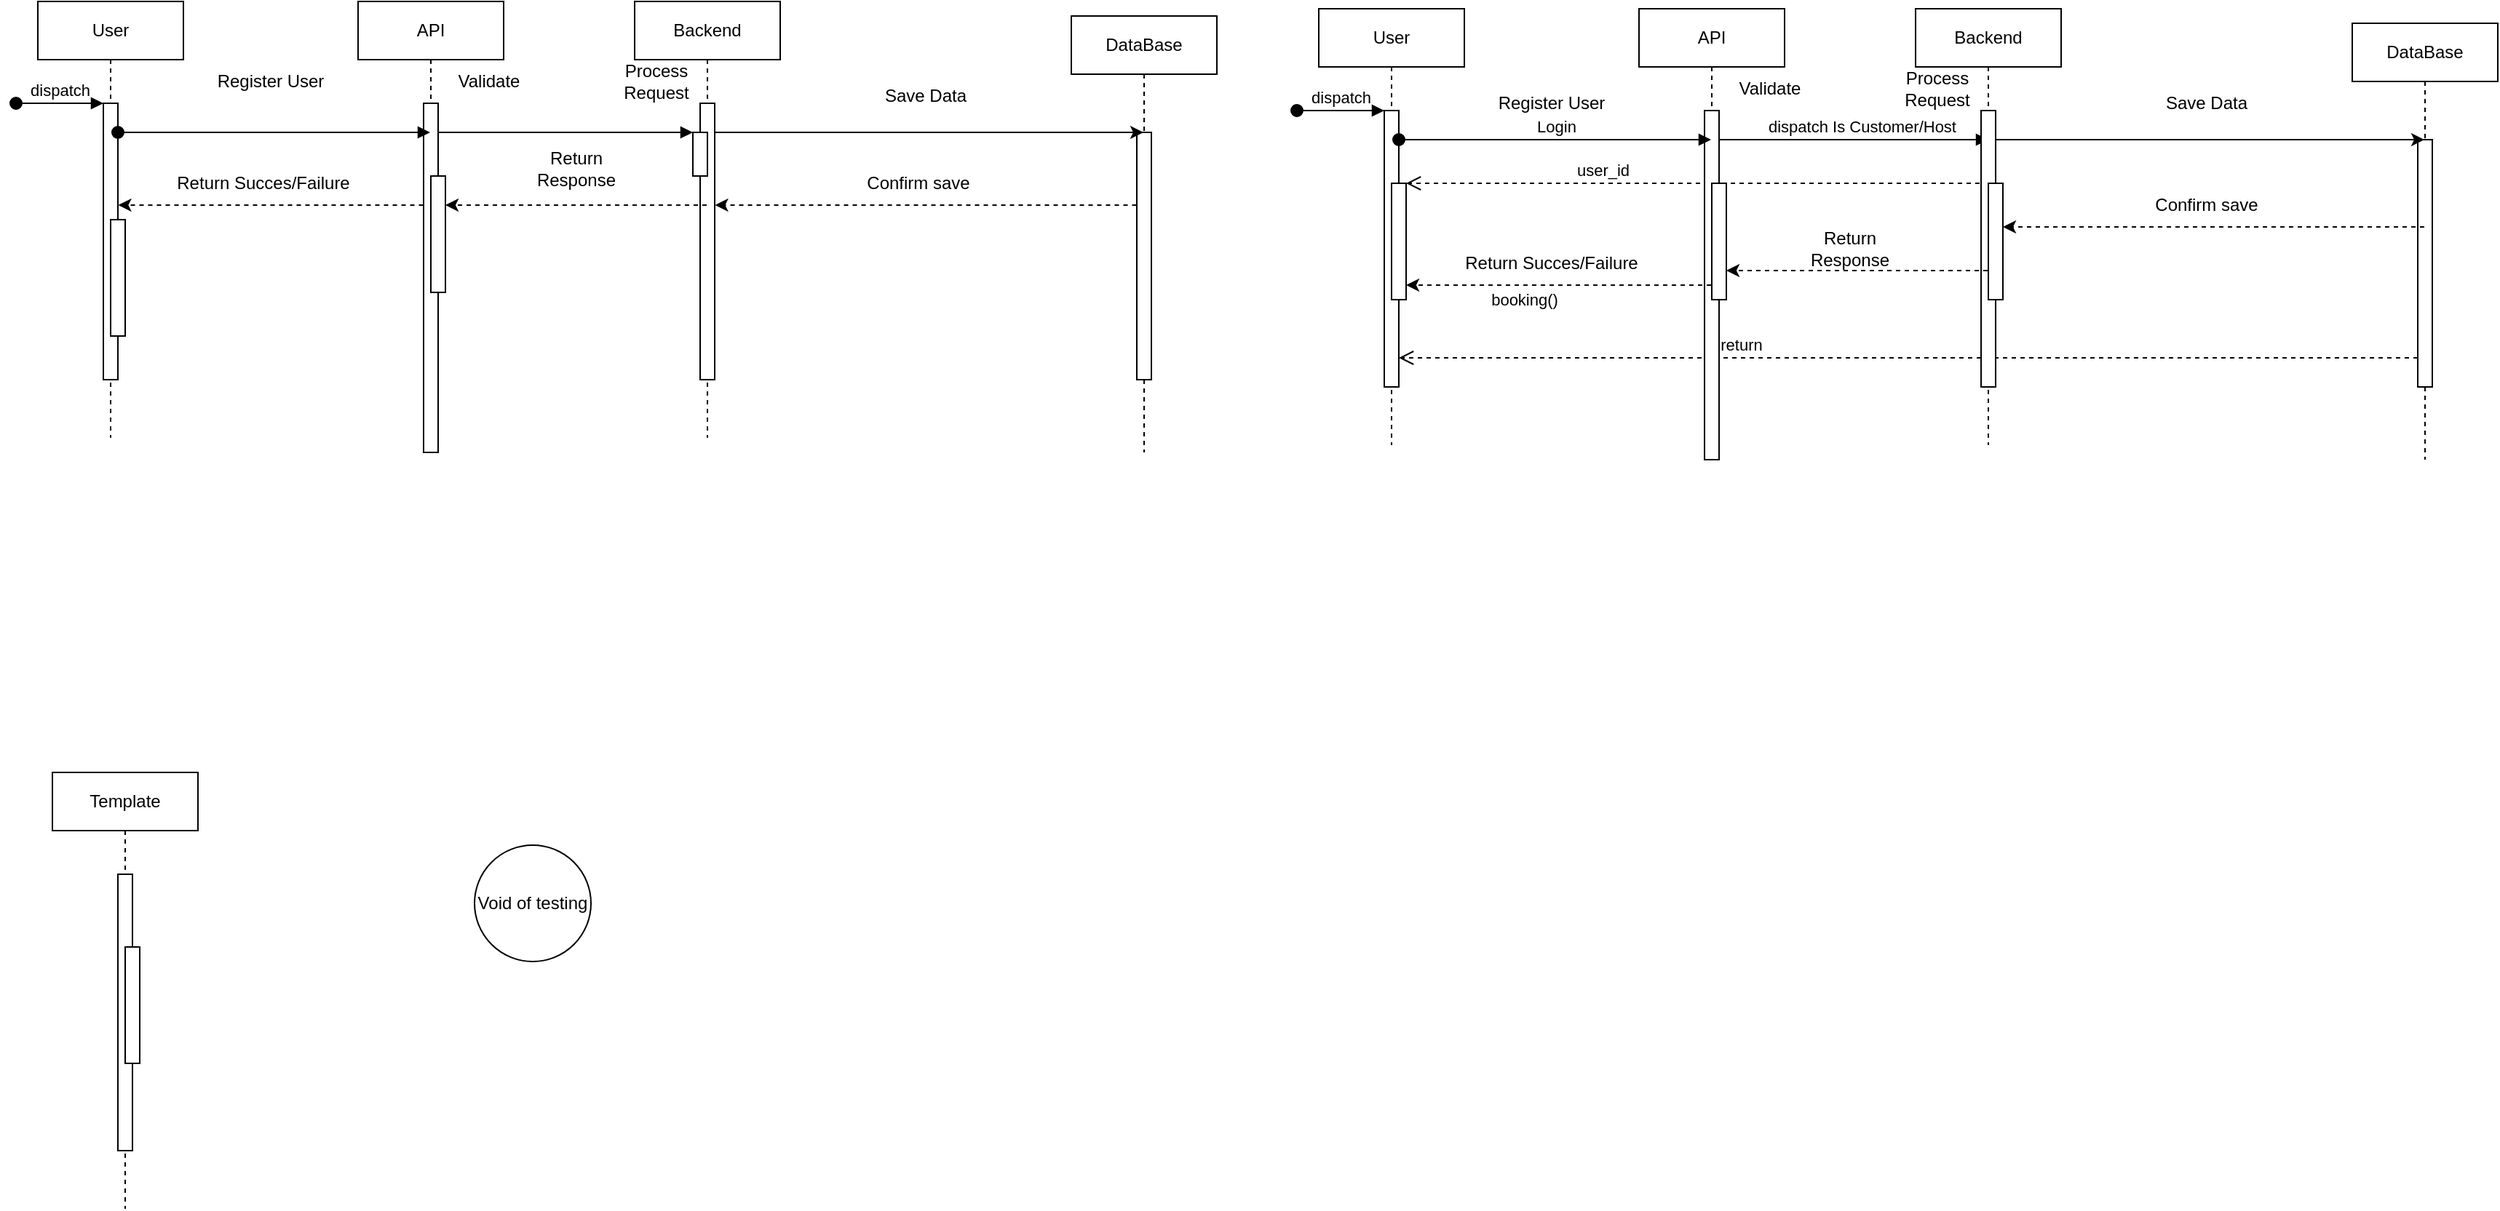
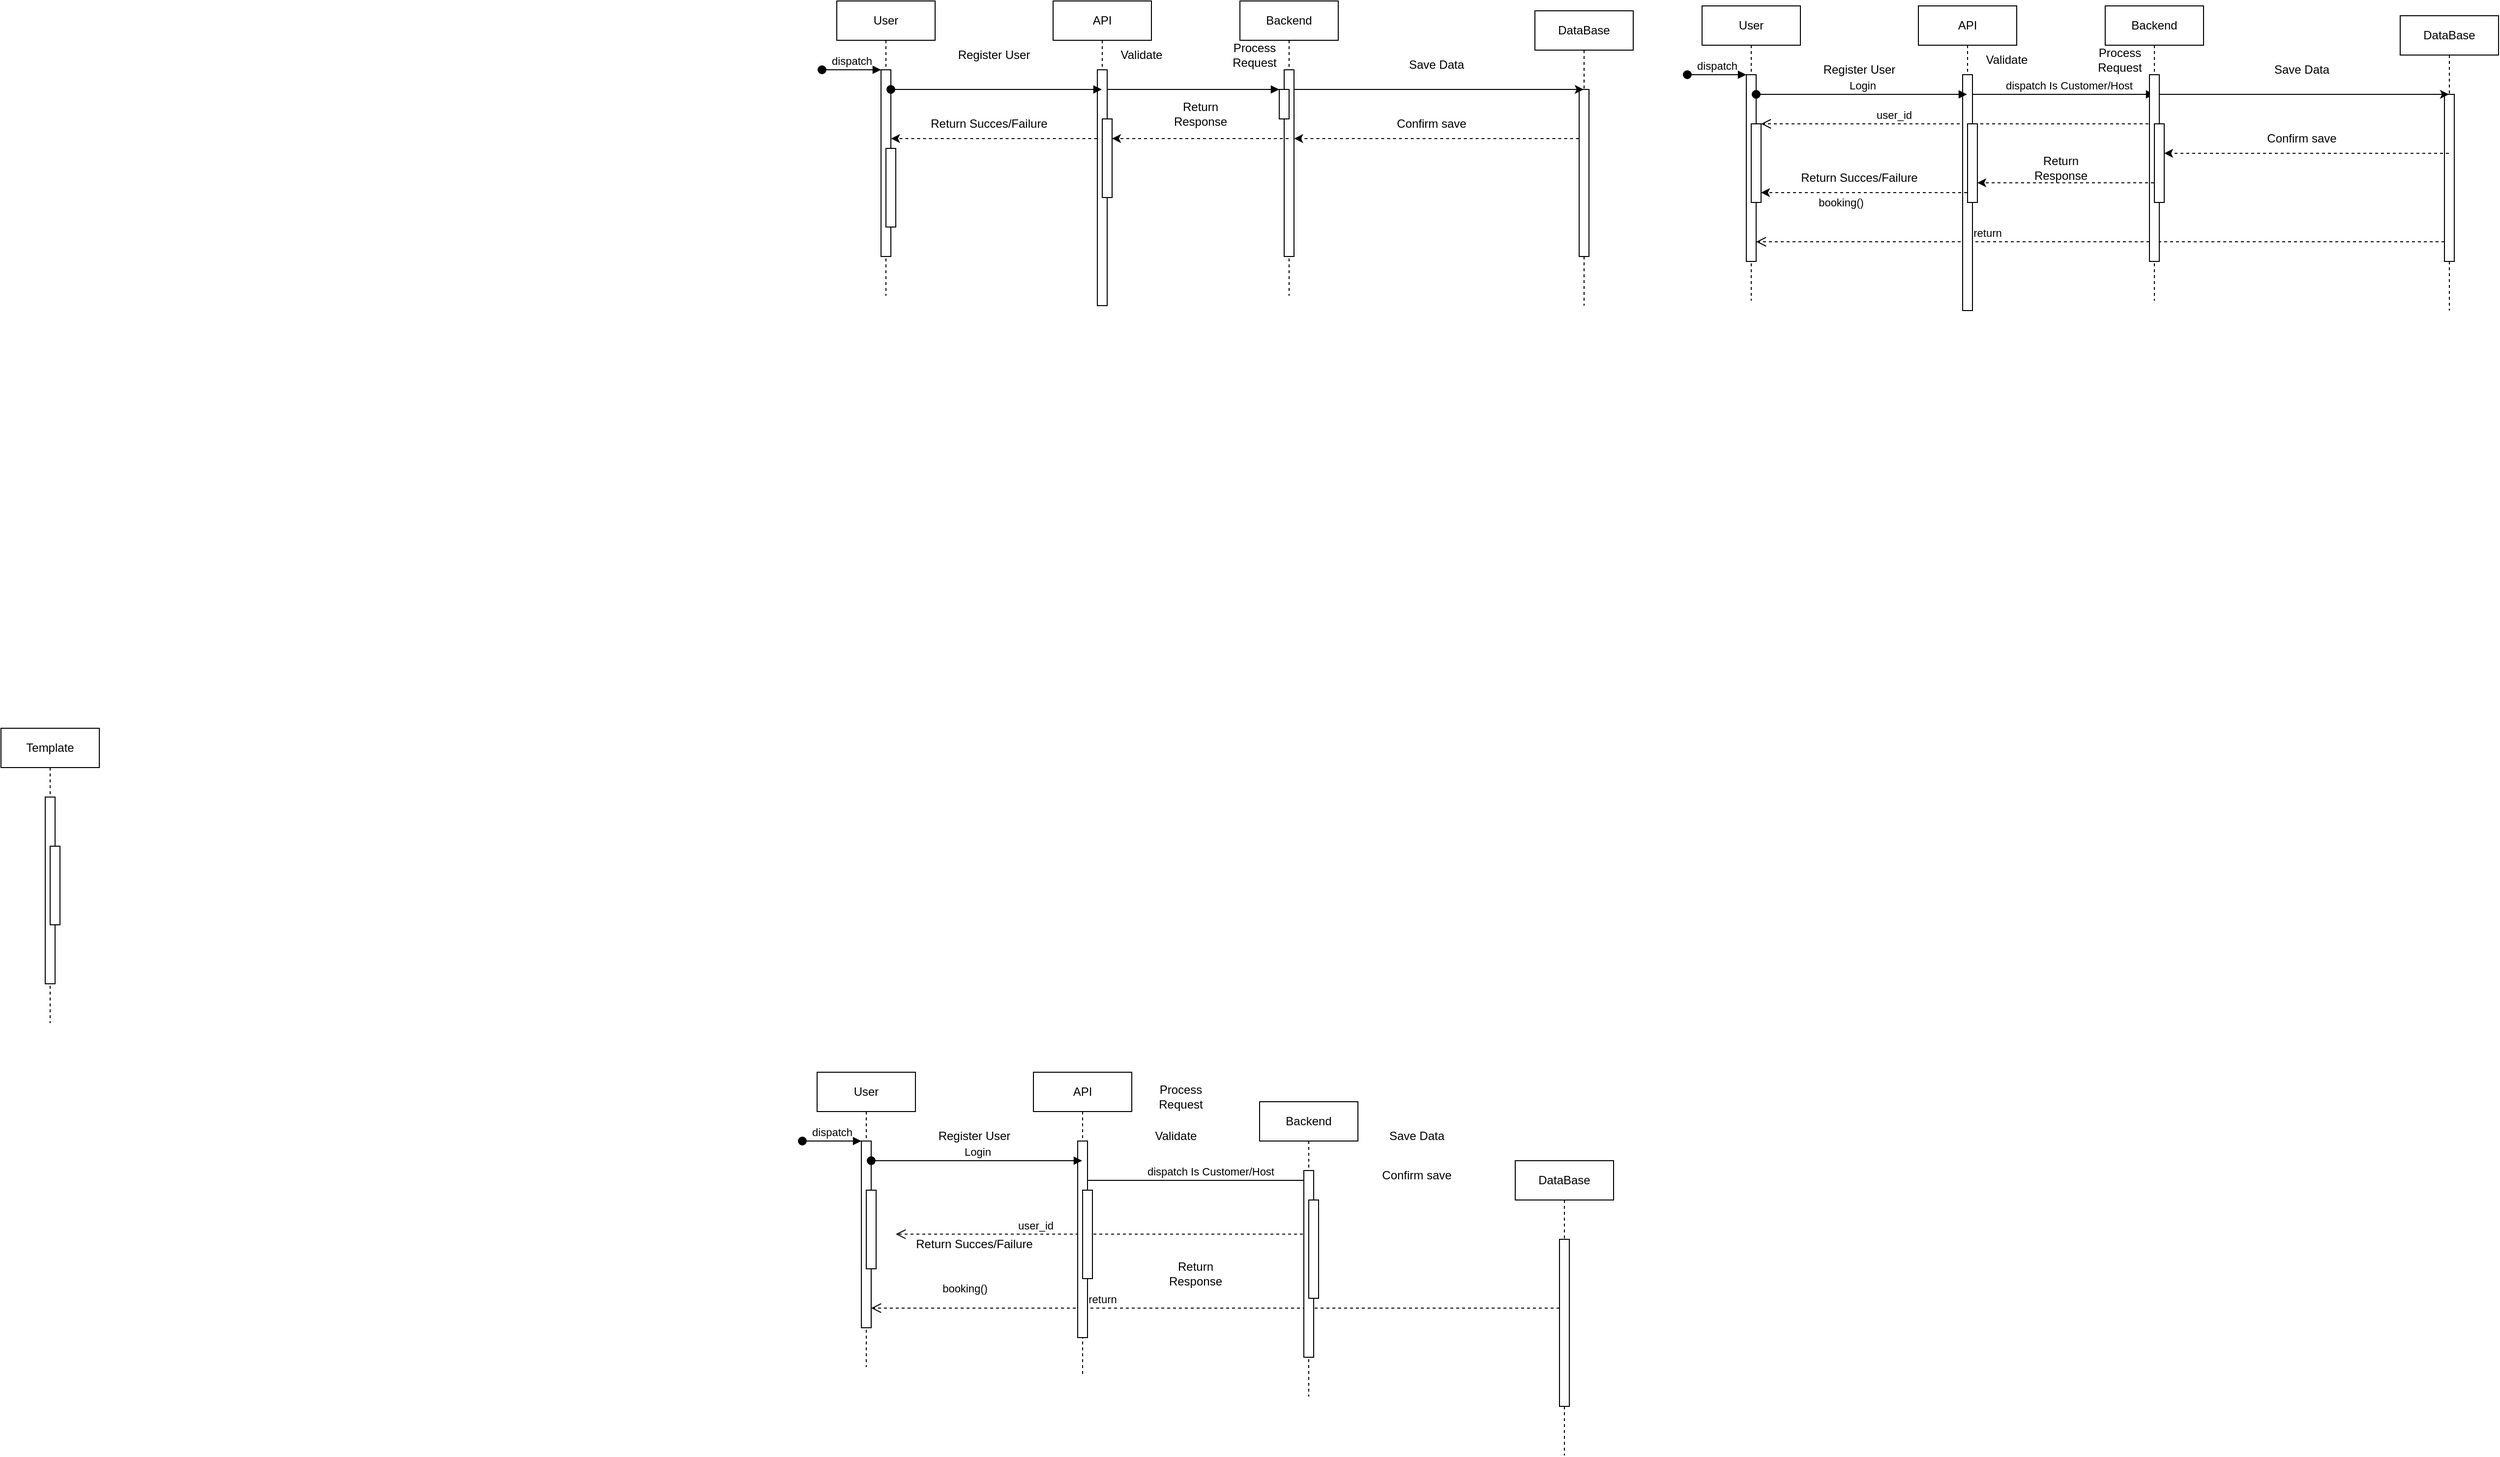
<mxfile host="app.diagrams.net" agent="5.0 (Macintosh; Intel Mac OS X 10_15_7) AppleWebKit/537.36 (KHTML, like Gecko) Chrome/109.0.0.0 Safari/537.36">
  <diagram name="Page-1" id="2YBvvXClWsGukQMizWep">
-     <mxGraphModel dx="1282" dy="1068" grid="1" gridSize="10" guides="1" tooltips="1" connect="1" arrows="1" fold="1" page="1" pageScale="1" pageWidth="850" pageHeight="1100" math="0" shadow="0">
+     <mxGraphModel dx="4958" dy="1500" grid="1" gridSize="10" guides="1" tooltips="1" connect="1" arrows="1" fold="1" page="1" pageScale="1" pageWidth="850" pageHeight="1100" math="0" shadow="0">
      <root>
        <mxCell id="0" />
        <mxCell id="1" parent="0" />
        <mxCell id="aM9ryv3xv72pqoxQDRHE-1" parent="1" style="shape=umlLifeline;perimeter=lifelinePerimeter;whiteSpace=wrap;html=1;container=0;dropTarget=0;collapsible=0;recursiveResize=0;outlineConnect=0;portConstraint=eastwest;newEdgeStyle={&quot;edgeStyle&quot;:&quot;elbowEdgeStyle&quot;,&quot;elbow&quot;:&quot;vertical&quot;,&quot;curved&quot;:0,&quot;rounded&quot;:0};" value="User" vertex="1">
          <mxGeometry height="300" width="100" x="30" y="40" as="geometry" />
        </mxCell>
        <mxCell id="aM9ryv3xv72pqoxQDRHE-2" parent="aM9ryv3xv72pqoxQDRHE-1" style="html=1;points=[];perimeter=orthogonalPerimeter;outlineConnect=0;targetShapes=umlLifeline;portConstraint=eastwest;newEdgeStyle={&quot;edgeStyle&quot;:&quot;elbowEdgeStyle&quot;,&quot;elbow&quot;:&quot;vertical&quot;,&quot;curved&quot;:0,&quot;rounded&quot;:0};" value="" vertex="1">
          <mxGeometry height="190" width="10" x="45" y="70" as="geometry" />
        </mxCell>
        <mxCell id="aM9ryv3xv72pqoxQDRHE-3" edge="1" parent="aM9ryv3xv72pqoxQDRHE-1" style="html=1;verticalAlign=bottom;startArrow=oval;endArrow=block;startSize=8;edgeStyle=elbowEdgeStyle;elbow=vertical;curved=0;rounded=0;" target="aM9ryv3xv72pqoxQDRHE-2" value="dispatch">
          <mxGeometry relative="1" as="geometry">
            <mxPoint x="-15" y="70" as="sourcePoint" />
          </mxGeometry>
        </mxCell>
        <mxCell id="aM9ryv3xv72pqoxQDRHE-4" parent="aM9ryv3xv72pqoxQDRHE-1" style="html=1;points=[];perimeter=orthogonalPerimeter;outlineConnect=0;targetShapes=umlLifeline;portConstraint=eastwest;newEdgeStyle={&quot;edgeStyle&quot;:&quot;elbowEdgeStyle&quot;,&quot;elbow&quot;:&quot;vertical&quot;,&quot;curved&quot;:0,&quot;rounded&quot;:0};" value="" vertex="1">
          <mxGeometry height="80" width="10" x="50" y="150" as="geometry" />
        </mxCell>
        <mxCell id="aM9ryv3xv72pqoxQDRHE-5" parent="1" style="shape=umlLifeline;perimeter=lifelinePerimeter;whiteSpace=wrap;html=1;container=0;dropTarget=0;collapsible=0;recursiveResize=0;outlineConnect=0;portConstraint=eastwest;newEdgeStyle={&quot;edgeStyle&quot;:&quot;elbowEdgeStyle&quot;,&quot;elbow&quot;:&quot;vertical&quot;,&quot;curved&quot;:0,&quot;rounded&quot;:0};" value="DataBase" vertex="1">
          <mxGeometry height="300" width="100" x="740" y="50" as="geometry" />
        </mxCell>
        <mxCell id="aM9ryv3xv72pqoxQDRHE-6" parent="aM9ryv3xv72pqoxQDRHE-5" style="html=1;points=[];perimeter=orthogonalPerimeter;outlineConnect=0;targetShapes=umlLifeline;portConstraint=eastwest;newEdgeStyle={&quot;edgeStyle&quot;:&quot;elbowEdgeStyle&quot;,&quot;elbow&quot;:&quot;vertical&quot;,&quot;curved&quot;:0,&quot;rounded&quot;:0};" value="" vertex="1">
          <mxGeometry height="170" width="10" x="45" y="80" as="geometry" />
        </mxCell>
        <mxCell id="aM9ryv3xv72pqoxQDRHE-7" edge="1" parent="1" source="7Z1T8ZwHcXeBXznP6D7j-6" style="html=1;verticalAlign=bottom;endArrow=block;edgeStyle=elbowEdgeStyle;elbow=vertical;curved=0;rounded=0;" target="7Z1T8ZwHcXeBXznP6D7j-11" value="">
          <mxGeometry relative="1" x="0.0616" as="geometry">
            <mxPoint as="offset" />
            <Array as="points">
              <mxPoint x="440" y="130" />
            </Array>
            <mxPoint x="195" y="130" as="sourcePoint" />
            <mxPoint x="480" y="130" as="targetPoint" />
          </mxGeometry>
        </mxCell>
        <mxCell id="7Z1T8ZwHcXeBXznP6D7j-5" parent="1" style="shape=umlLifeline;perimeter=lifelinePerimeter;whiteSpace=wrap;html=1;container=0;dropTarget=0;collapsible=0;recursiveResize=0;outlineConnect=0;portConstraint=eastwest;newEdgeStyle={&quot;edgeStyle&quot;:&quot;elbowEdgeStyle&quot;,&quot;elbow&quot;:&quot;vertical&quot;,&quot;curved&quot;:0,&quot;rounded&quot;:0};" value="API" vertex="1">
          <mxGeometry height="300" width="100" x="250" y="40" as="geometry" />
        </mxCell>
        <mxCell id="7Z1T8ZwHcXeBXznP6D7j-6" parent="7Z1T8ZwHcXeBXznP6D7j-5" style="html=1;points=[];perimeter=orthogonalPerimeter;outlineConnect=0;targetShapes=umlLifeline;portConstraint=eastwest;newEdgeStyle={&quot;edgeStyle&quot;:&quot;elbowEdgeStyle&quot;,&quot;elbow&quot;:&quot;vertical&quot;,&quot;curved&quot;:0,&quot;rounded&quot;:0};" value="" vertex="1">
          <mxGeometry height="240" width="10" x="45" y="70" as="geometry" />
        </mxCell>
        <mxCell id="7Z1T8ZwHcXeBXznP6D7j-8" parent="7Z1T8ZwHcXeBXznP6D7j-5" style="html=1;points=[];perimeter=orthogonalPerimeter;outlineConnect=0;targetShapes=umlLifeline;portConstraint=eastwest;newEdgeStyle={&quot;edgeStyle&quot;:&quot;elbowEdgeStyle&quot;,&quot;elbow&quot;:&quot;vertical&quot;,&quot;curved&quot;:0,&quot;rounded&quot;:0};" value="" vertex="1">
          <mxGeometry height="80" width="10" x="50" y="120" as="geometry" />
        </mxCell>
        <mxCell id="7Z1T8ZwHcXeBXznP6D7j-9" parent="1" style="shape=umlLifeline;perimeter=lifelinePerimeter;whiteSpace=wrap;html=1;container=0;dropTarget=0;collapsible=0;recursiveResize=0;outlineConnect=0;portConstraint=eastwest;newEdgeStyle={&quot;edgeStyle&quot;:&quot;elbowEdgeStyle&quot;,&quot;elbow&quot;:&quot;vertical&quot;,&quot;curved&quot;:0,&quot;rounded&quot;:0};" value="&lt;div&gt;Backend&lt;/div&gt;" vertex="1">
          <mxGeometry height="300" width="100" x="440" y="40" as="geometry" />
        </mxCell>
        <mxCell id="7Z1T8ZwHcXeBXznP6D7j-10" parent="7Z1T8ZwHcXeBXznP6D7j-9" style="html=1;points=[];perimeter=orthogonalPerimeter;outlineConnect=0;targetShapes=umlLifeline;portConstraint=eastwest;newEdgeStyle={&quot;edgeStyle&quot;:&quot;elbowEdgeStyle&quot;,&quot;elbow&quot;:&quot;vertical&quot;,&quot;curved&quot;:0,&quot;rounded&quot;:0};" value="" vertex="1">
          <mxGeometry height="190" width="10" x="45" y="70" as="geometry" />
        </mxCell>
        <mxCell id="7Z1T8ZwHcXeBXznP6D7j-11" parent="7Z1T8ZwHcXeBXznP6D7j-9" style="html=1;points=[];perimeter=orthogonalPerimeter;outlineConnect=0;targetShapes=umlLifeline;portConstraint=eastwest;newEdgeStyle={&quot;edgeStyle&quot;:&quot;elbowEdgeStyle&quot;,&quot;elbow&quot;:&quot;vertical&quot;,&quot;curved&quot;:0,&quot;rounded&quot;:0};" value="" vertex="1">
          <mxGeometry height="30" width="10" x="40" y="90" as="geometry" />
        </mxCell>
        <mxCell id="7Z1T8ZwHcXeBXznP6D7j-12" parent="1" style="shape=umlLifeline;perimeter=lifelinePerimeter;whiteSpace=wrap;html=1;container=0;dropTarget=0;collapsible=0;recursiveResize=0;outlineConnect=0;portConstraint=eastwest;newEdgeStyle={&quot;edgeStyle&quot;:&quot;elbowEdgeStyle&quot;,&quot;elbow&quot;:&quot;vertical&quot;,&quot;curved&quot;:0,&quot;rounded&quot;:0};" value="Template" vertex="1">
-           <mxGeometry height="300" width="100" x="40" y="570" as="geometry" />
+           <mxGeometry height="300" width="100" x="-820" y="780" as="geometry" />
        </mxCell>
        <mxCell id="7Z1T8ZwHcXeBXznP6D7j-13" parent="7Z1T8ZwHcXeBXznP6D7j-12" style="html=1;points=[];perimeter=orthogonalPerimeter;outlineConnect=0;targetShapes=umlLifeline;portConstraint=eastwest;newEdgeStyle={&quot;edgeStyle&quot;:&quot;elbowEdgeStyle&quot;,&quot;elbow&quot;:&quot;vertical&quot;,&quot;curved&quot;:0,&quot;rounded&quot;:0};" value="" vertex="1">
          <mxGeometry height="190" width="10" x="45" y="70" as="geometry" />
        </mxCell>
        <mxCell id="7Z1T8ZwHcXeBXznP6D7j-14" parent="7Z1T8ZwHcXeBXznP6D7j-12" style="html=1;points=[];perimeter=orthogonalPerimeter;outlineConnect=0;targetShapes=umlLifeline;portConstraint=eastwest;newEdgeStyle={&quot;edgeStyle&quot;:&quot;elbowEdgeStyle&quot;,&quot;elbow&quot;:&quot;vertical&quot;,&quot;curved&quot;:0,&quot;rounded&quot;:0};" value="" vertex="1">
          <mxGeometry height="80" width="10" x="50" y="120" as="geometry" />
        </mxCell>
        <mxCell id="7Z1T8ZwHcXeBXznP6D7j-18" edge="1" parent="1" style="html=1;verticalAlign=bottom;startArrow=oval;endArrow=block;startSize=8;edgeStyle=elbowEdgeStyle;elbow=vertical;curved=0;rounded=0;" target="7Z1T8ZwHcXeBXznP6D7j-5" value="">
          <mxGeometry relative="1" x="-0.3939" y="10" as="geometry">
            <mxPoint as="offset" />
            <mxPoint x="85" y="130" as="sourcePoint" />
            <mxPoint x="150" y="130" as="targetPoint" />
          </mxGeometry>
        </mxCell>
        <mxCell id="D9VVy2PClrj1YHKQl20F-1" parent="1" style="text;html=1;whiteSpace=wrap;strokeColor=none;fillColor=none;align=center;verticalAlign=middle;rounded=0;" value="Register User" vertex="1">
          <mxGeometry height="30" width="100" x="140" y="80" as="geometry" />
        </mxCell>
        <mxCell id="D9VVy2PClrj1YHKQl20F-2" parent="1" style="text;html=1;whiteSpace=wrap;strokeColor=none;fillColor=none;align=center;verticalAlign=middle;rounded=0;" value="Validate" vertex="1">
          <mxGeometry height="30" width="60" x="310" y="80" as="geometry" />
        </mxCell>
        <mxCell id="D9VVy2PClrj1YHKQl20F-3" parent="1" style="text;html=1;whiteSpace=wrap;strokeColor=none;fillColor=none;align=center;verticalAlign=middle;rounded=0;" value="Process Request" vertex="1">
          <mxGeometry height="30" width="60" x="425" y="80" as="geometry" />
        </mxCell>
        <mxCell id="I_nbtK1dwFWHWanF6EMp-1" parent="1" style="text;html=1;whiteSpace=wrap;strokeColor=none;fillColor=none;align=center;verticalAlign=middle;rounded=0;" value="Save Data" vertex="1">
          <mxGeometry height="30" width="60" x="610" y="90" as="geometry" />
        </mxCell>
-         <mxCell id="7Z1T8ZwHcXeBXznP6D7j-19" parent="1" style="ellipse;whiteSpace=wrap;html=1;aspect=fixed;" value="Void of testing" vertex="1">
-           <mxGeometry height="80" width="80" x="330" y="620" as="geometry" />
-         </mxCell>
        <mxCell id="I_nbtK1dwFWHWanF6EMp-2" parent="1" style="text;html=1;whiteSpace=wrap;strokeColor=none;fillColor=none;align=center;verticalAlign=middle;rounded=0;" value="Confirm save" vertex="1">
          <mxGeometry height="30" width="80" x="595.25" y="150" as="geometry" />
        </mxCell>
        <mxCell id="I_nbtK1dwFWHWanF6EMp-3" parent="1" style="text;html=1;whiteSpace=wrap;strokeColor=none;fillColor=none;align=center;verticalAlign=middle;rounded=0;" value="Return Response" vertex="1">
          <mxGeometry height="30" width="60" x="370" y="140" as="geometry" />
        </mxCell>
        <mxCell id="I_nbtK1dwFWHWanF6EMp-4" parent="1" style="text;html=1;whiteSpace=wrap;strokeColor=none;fillColor=none;align=center;verticalAlign=middle;rounded=0;" value="Return Succes/Failure" vertex="1">
          <mxGeometry height="30" width="140" x="115.25" y="150" as="geometry" />
        </mxCell>
+         <mxCell id="7Z1T8ZwHcXeBXznP6D7j-20" parent="1" style="shape=umlLifeline;perimeter=lifelinePerimeter;whiteSpace=wrap;html=1;container=0;dropTarget=0;collapsible=0;recursiveResize=0;outlineConnect=0;portConstraint=eastwest;newEdgeStyle={&quot;edgeStyle&quot;:&quot;elbowEdgeStyle&quot;,&quot;elbow&quot;:&quot;vertical&quot;,&quot;curved&quot;:0,&quot;rounded&quot;:0};" value="User" vertex="1">
+           <mxGeometry height="300" width="100" x="10" y="1130" as="geometry" />
+         </mxCell>
+         <mxCell id="7Z1T8ZwHcXeBXznP6D7j-21" parent="7Z1T8ZwHcXeBXznP6D7j-20" style="html=1;points=[];perimeter=orthogonalPerimeter;outlineConnect=0;targetShapes=umlLifeline;portConstraint=eastwest;newEdgeStyle={&quot;edgeStyle&quot;:&quot;elbowEdgeStyle&quot;,&quot;elbow&quot;:&quot;vertical&quot;,&quot;curved&quot;:0,&quot;rounded&quot;:0};" value="" vertex="1">
+           <mxGeometry height="190" width="10" x="45" y="70" as="geometry" />
+         </mxCell>
+         <mxCell id="7Z1T8ZwHcXeBXznP6D7j-22" edge="1" parent="7Z1T8ZwHcXeBXznP6D7j-20" style="html=1;verticalAlign=bottom;startArrow=oval;endArrow=block;startSize=8;edgeStyle=elbowEdgeStyle;elbow=vertical;curved=0;rounded=0;" target="7Z1T8ZwHcXeBXznP6D7j-21" value="dispatch">
+           <mxGeometry relative="1" as="geometry">
+             <mxPoint x="-15" y="70" as="sourcePoint" />
+           </mxGeometry>
+         </mxCell>
+         <mxCell id="7Z1T8ZwHcXeBXznP6D7j-23" parent="7Z1T8ZwHcXeBXznP6D7j-20" style="html=1;points=[];perimeter=orthogonalPerimeter;outlineConnect=0;targetShapes=umlLifeline;portConstraint=eastwest;newEdgeStyle={&quot;edgeStyle&quot;:&quot;elbowEdgeStyle&quot;,&quot;elbow&quot;:&quot;vertical&quot;,&quot;curved&quot;:0,&quot;rounded&quot;:0};" value="" vertex="1">
+           <mxGeometry height="80" width="10" x="50" y="120" as="geometry" />
+         </mxCell>
        <mxCell id="_QFFP_39c0ER-aZENGy8-1" edge="1" parent="1" source="7Z1T8ZwHcXeBXznP6D7j-10" style="endArrow=classic;html=1;rounded=0;" target="aM9ryv3xv72pqoxQDRHE-5" value="">
          <mxGeometry height="50" relative="1" width="50" as="geometry">
            <Array as="points">
              <mxPoint x="650" y="130" />
            </Array>
            <mxPoint x="490" y="170" as="sourcePoint" />
            <mxPoint x="540" y="120" as="targetPoint" />
          </mxGeometry>
        </mxCell>
+         <mxCell id="7Z1T8ZwHcXeBXznP6D7j-24" parent="1" style="shape=umlLifeline;perimeter=lifelinePerimeter;whiteSpace=wrap;html=1;container=0;dropTarget=0;collapsible=0;recursiveResize=0;outlineConnect=0;portConstraint=eastwest;newEdgeStyle={&quot;edgeStyle&quot;:&quot;elbowEdgeStyle&quot;,&quot;elbow&quot;:&quot;vertical&quot;,&quot;curved&quot;:0,&quot;rounded&quot;:0};" value="DataBase" vertex="1">
+           <mxGeometry height="300" width="100" x="720" y="1220" as="geometry" />
+         </mxCell>
+         <mxCell id="7Z1T8ZwHcXeBXznP6D7j-25" parent="7Z1T8ZwHcXeBXznP6D7j-24" style="html=1;points=[];perimeter=orthogonalPerimeter;outlineConnect=0;targetShapes=umlLifeline;portConstraint=eastwest;newEdgeStyle={&quot;edgeStyle&quot;:&quot;elbowEdgeStyle&quot;,&quot;elbow&quot;:&quot;vertical&quot;,&quot;curved&quot;:0,&quot;rounded&quot;:0};" value="" vertex="1">
+           <mxGeometry height="170" width="10" x="45" y="80" as="geometry" />
+         </mxCell>
        <mxCell id="_QFFP_39c0ER-aZENGy8-2" edge="1" parent="1" style="endArrow=classic;html=1;rounded=0;dashed=1;" value="">
          <mxGeometry height="50" relative="1" width="50" as="geometry">
            <Array as="points">
              <mxPoint x="635.25" y="180" />
            </Array>
            <mxPoint x="784.75" y="179.9999999999999" as="sourcePoint" />
            <mxPoint x="495.25" y="179.9999999999999" as="targetPoint" />
          </mxGeometry>
        </mxCell>
+         <mxCell id="7Z1T8ZwHcXeBXznP6D7j-26" edge="1" parent="1" source="7Z1T8ZwHcXeBXznP6D7j-31" style="html=1;verticalAlign=bottom;endArrow=block;edgeStyle=elbowEdgeStyle;elbow=vertical;curved=0;rounded=0;entryX=0.5;entryY=0.105;entryDx=0;entryDy=0;entryPerimeter=0;" target="7Z1T8ZwHcXeBXznP6D7j-34" value="dispatch Is Customer/Host">
+           <mxGeometry relative="1" x="0.0616" as="geometry">
+             <mxPoint as="offset" />
+             <Array as="points">
+               <mxPoint x="460" y="1240" />
+             </Array>
+             <mxPoint x="175" y="1220" as="sourcePoint" />
+             <mxPoint x="460" y="1220" as="targetPoint" />
+           </mxGeometry>
+         </mxCell>
+         <mxCell id="7Z1T8ZwHcXeBXznP6D7j-27" connectable="0" parent="7Z1T8ZwHcXeBXznP6D7j-26" style="edgeLabel;html=1;align=center;verticalAlign=middle;resizable=0;points=[];" value="booking()" vertex="1">
+           <mxGeometry relative="1" x="-0.6283" y="3" as="geometry">
+             <mxPoint x="-169" y="113" as="offset" />
+           </mxGeometry>
+         </mxCell>
        <mxCell id="_QFFP_39c0ER-aZENGy8-3" edge="1" parent="1" style="endArrow=classic;html=1;rounded=0;dashed=1;" value="">
          <mxGeometry height="50" relative="1" width="50" as="geometry">
            <Array as="points">
              <mxPoint x="400" y="180" />
            </Array>
            <mxPoint x="489.5" y="179.9999999999999" as="sourcePoint" />
            <mxPoint x="310" y="179.9999999999999" as="targetPoint" />
          </mxGeometry>
        </mxCell>
+         <mxCell id="7Z1T8ZwHcXeBXznP6D7j-28" edge="1" parent="1" source="7Z1T8ZwHcXeBXznP6D7j-25" style="html=1;verticalAlign=bottom;endArrow=open;dashed=1;endSize=8;edgeStyle=elbowEdgeStyle;elbow=vertical;curved=0;rounded=0;" target="7Z1T8ZwHcXeBXznP6D7j-21" value="return">
+           <mxGeometry relative="1" x="0.3286" as="geometry">
+             <mxPoint as="offset" />
+             <Array as="points">
+               <mxPoint x="170" y="1370" />
+             </Array>
+             <mxPoint x="175" y="1295" as="targetPoint" />
+           </mxGeometry>
+         </mxCell>
        <mxCell id="_QFFP_39c0ER-aZENGy8-4" edge="1" parent="1" style="endArrow=classic;html=1;rounded=0;dashed=1;" value="">
          <mxGeometry height="50" relative="1" width="50" as="geometry">
            <Array as="points">
              <mxPoint x="195.25" y="180" />
            </Array>
            <mxPoint x="294.75" y="179.9999999999999" as="sourcePoint" />
            <mxPoint x="85.25" y="179.9999999999999" as="targetPoint" />
          </mxGeometry>
        </mxCell>
+         <mxCell id="7Z1T8ZwHcXeBXznP6D7j-29" edge="1" parent="1" style="html=1;verticalAlign=bottom;endArrow=open;dashed=1;endSize=8;edgeStyle=elbowEdgeStyle;elbow=vertical;curved=0;rounded=0;" value="user_id">
+           <mxGeometry relative="1" x="0.325" as="geometry">
+             <mxPoint as="offset" />
+             <Array as="points">
+               <mxPoint x="450" y="1294.76" />
+             </Array>
+             <mxPoint x="510" y="1294.76" as="sourcePoint" />
+             <mxPoint x="90" y="1294.76" as="targetPoint" />
+           </mxGeometry>
+         </mxCell>
        <mxCell id="_QFFP_39c0ER-aZENGy8-33" parent="1" style="shape=umlLifeline;perimeter=lifelinePerimeter;whiteSpace=wrap;html=1;container=0;dropTarget=0;collapsible=0;recursiveResize=0;outlineConnect=0;portConstraint=eastwest;newEdgeStyle={&quot;edgeStyle&quot;:&quot;elbowEdgeStyle&quot;,&quot;elbow&quot;:&quot;vertical&quot;,&quot;curved&quot;:0,&quot;rounded&quot;:0};" value="User" vertex="1">
          <mxGeometry height="300" width="100" x="910" y="45" as="geometry" />
        </mxCell>
        <mxCell id="_QFFP_39c0ER-aZENGy8-34" parent="_QFFP_39c0ER-aZENGy8-33" style="html=1;points=[];perimeter=orthogonalPerimeter;outlineConnect=0;targetShapes=umlLifeline;portConstraint=eastwest;newEdgeStyle={&quot;edgeStyle&quot;:&quot;elbowEdgeStyle&quot;,&quot;elbow&quot;:&quot;vertical&quot;,&quot;curved&quot;:0,&quot;rounded&quot;:0};" value="" vertex="1">
          <mxGeometry height="190" width="10" x="45" y="70" as="geometry" />
        </mxCell>
        <mxCell id="_QFFP_39c0ER-aZENGy8-35" edge="1" parent="_QFFP_39c0ER-aZENGy8-33" style="html=1;verticalAlign=bottom;startArrow=oval;endArrow=block;startSize=8;edgeStyle=elbowEdgeStyle;elbow=vertical;curved=0;rounded=0;" target="_QFFP_39c0ER-aZENGy8-34" value="dispatch">
          <mxGeometry relative="1" as="geometry">
            <mxPoint x="-15" y="70" as="sourcePoint" />
          </mxGeometry>
        </mxCell>
        <mxCell id="_QFFP_39c0ER-aZENGy8-36" parent="_QFFP_39c0ER-aZENGy8-33" style="html=1;points=[];perimeter=orthogonalPerimeter;outlineConnect=0;targetShapes=umlLifeline;portConstraint=eastwest;newEdgeStyle={&quot;edgeStyle&quot;:&quot;elbowEdgeStyle&quot;,&quot;elbow&quot;:&quot;vertical&quot;,&quot;curved&quot;:0,&quot;rounded&quot;:0};" value="" vertex="1">
          <mxGeometry height="80" width="10" x="50" y="120" as="geometry" />
        </mxCell>
+         <mxCell id="7Z1T8ZwHcXeBXznP6D7j-30" parent="1" style="shape=umlLifeline;perimeter=lifelinePerimeter;whiteSpace=wrap;html=1;container=0;dropTarget=0;collapsible=0;recursiveResize=0;outlineConnect=0;portConstraint=eastwest;newEdgeStyle={&quot;edgeStyle&quot;:&quot;elbowEdgeStyle&quot;,&quot;elbow&quot;:&quot;vertical&quot;,&quot;curved&quot;:0,&quot;rounded&quot;:0};" value="API" vertex="1">
+           <mxGeometry height="310" width="100" x="230" y="1130" as="geometry" />
+         </mxCell>
+         <mxCell id="7Z1T8ZwHcXeBXznP6D7j-31" parent="7Z1T8ZwHcXeBXznP6D7j-30" style="html=1;points=[];perimeter=orthogonalPerimeter;outlineConnect=0;targetShapes=umlLifeline;portConstraint=eastwest;newEdgeStyle={&quot;edgeStyle&quot;:&quot;elbowEdgeStyle&quot;,&quot;elbow&quot;:&quot;vertical&quot;,&quot;curved&quot;:0,&quot;rounded&quot;:0};" value="" vertex="1">
+           <mxGeometry height="200" width="10" x="45" y="70" as="geometry" />
+         </mxCell>
+         <mxCell id="7Z1T8ZwHcXeBXznP6D7j-32" parent="7Z1T8ZwHcXeBXznP6D7j-30" style="html=1;points=[];perimeter=orthogonalPerimeter;outlineConnect=0;targetShapes=umlLifeline;portConstraint=eastwest;newEdgeStyle={&quot;edgeStyle&quot;:&quot;elbowEdgeStyle&quot;,&quot;elbow&quot;:&quot;vertical&quot;,&quot;curved&quot;:0,&quot;rounded&quot;:0};" value="" vertex="1">
+           <mxGeometry height="90" width="10" x="50" y="120" as="geometry" />
+         </mxCell>
        <mxCell id="_QFFP_39c0ER-aZENGy8-37" parent="1" style="shape=umlLifeline;perimeter=lifelinePerimeter;whiteSpace=wrap;html=1;container=0;dropTarget=0;collapsible=0;recursiveResize=0;outlineConnect=0;portConstraint=eastwest;newEdgeStyle={&quot;edgeStyle&quot;:&quot;elbowEdgeStyle&quot;,&quot;elbow&quot;:&quot;vertical&quot;,&quot;curved&quot;:0,&quot;rounded&quot;:0};" value="DataBase" vertex="1">
          <mxGeometry height="300" width="100" x="1620" y="55" as="geometry" />
        </mxCell>
        <mxCell id="_QFFP_39c0ER-aZENGy8-38" parent="_QFFP_39c0ER-aZENGy8-37" style="html=1;points=[];perimeter=orthogonalPerimeter;outlineConnect=0;targetShapes=umlLifeline;portConstraint=eastwest;newEdgeStyle={&quot;edgeStyle&quot;:&quot;elbowEdgeStyle&quot;,&quot;elbow&quot;:&quot;vertical&quot;,&quot;curved&quot;:0,&quot;rounded&quot;:0};" value="" vertex="1">
          <mxGeometry height="170" width="10" x="45" y="80" as="geometry" />
+         </mxCell>
+         <mxCell id="7Z1T8ZwHcXeBXznP6D7j-33" parent="1" style="shape=umlLifeline;perimeter=lifelinePerimeter;whiteSpace=wrap;html=1;container=0;dropTarget=0;collapsible=0;recursiveResize=0;outlineConnect=0;portConstraint=eastwest;newEdgeStyle={&quot;edgeStyle&quot;:&quot;elbowEdgeStyle&quot;,&quot;elbow&quot;:&quot;vertical&quot;,&quot;curved&quot;:0,&quot;rounded&quot;:0};" value="&lt;div&gt;Backend&lt;/div&gt;" vertex="1">
+           <mxGeometry height="300" width="100" x="460" y="1160" as="geometry" />
+         </mxCell>
+         <mxCell id="7Z1T8ZwHcXeBXznP6D7j-34" parent="7Z1T8ZwHcXeBXznP6D7j-33" style="html=1;points=[];perimeter=orthogonalPerimeter;outlineConnect=0;targetShapes=umlLifeline;portConstraint=eastwest;newEdgeStyle={&quot;edgeStyle&quot;:&quot;elbowEdgeStyle&quot;,&quot;elbow&quot;:&quot;vertical&quot;,&quot;curved&quot;:0,&quot;rounded&quot;:0};" value="" vertex="1">
+           <mxGeometry height="190" width="10" x="45" y="70" as="geometry" />
+         </mxCell>
+         <mxCell id="7Z1T8ZwHcXeBXznP6D7j-35" parent="7Z1T8ZwHcXeBXznP6D7j-33" style="html=1;points=[];perimeter=orthogonalPerimeter;outlineConnect=0;targetShapes=umlLifeline;portConstraint=eastwest;newEdgeStyle={&quot;edgeStyle&quot;:&quot;elbowEdgeStyle&quot;,&quot;elbow&quot;:&quot;vertical&quot;,&quot;curved&quot;:0,&quot;rounded&quot;:0};" value="" vertex="1">
+           <mxGeometry height="100" width="10" x="50" y="100" as="geometry" />
        </mxCell>
        <mxCell id="_QFFP_39c0ER-aZENGy8-39" edge="1" parent="1" source="_QFFP_39c0ER-aZENGy8-44" style="html=1;verticalAlign=bottom;endArrow=block;edgeStyle=elbowEdgeStyle;elbow=vertical;curved=0;rounded=0;entryX=0.5;entryY=0.105;entryDx=0;entryDy=0;entryPerimeter=0;" target="_QFFP_39c0ER-aZENGy8-47" value="dispatch Is Customer/Host">
          <mxGeometry relative="1" x="0.0616" as="geometry">
            <mxPoint as="offset" />
            <Array as="points">
              <mxPoint x="1320" y="135" />
            </Array>
            <mxPoint x="1075" y="135" as="sourcePoint" />
            <mxPoint x="1360" y="135" as="targetPoint" />
          </mxGeometry>
        </mxCell>
        <mxCell id="_QFFP_39c0ER-aZENGy8-40" connectable="0" parent="_QFFP_39c0ER-aZENGy8-39" style="edgeLabel;html=1;align=center;verticalAlign=middle;resizable=0;points=[];" value="booking()" vertex="1">
          <mxGeometry relative="1" x="-0.6283" y="3" as="geometry">
            <mxPoint x="-169" y="113" as="offset" />
          </mxGeometry>
        </mxCell>
+         <mxCell id="7Z1T8ZwHcXeBXznP6D7j-36" edge="1" parent="1" style="html=1;verticalAlign=bottom;startArrow=oval;endArrow=block;startSize=8;edgeStyle=elbowEdgeStyle;elbow=vertical;curved=0;rounded=0;" target="7Z1T8ZwHcXeBXznP6D7j-30" value="Login">
+           <mxGeometry relative="1" as="geometry">
+             <mxPoint x="65" y="1220" as="sourcePoint" />
+             <mxPoint x="130" y="1220" as="targetPoint" />
+           </mxGeometry>
+         </mxCell>
        <mxCell id="_QFFP_39c0ER-aZENGy8-41" edge="1" parent="1" source="_QFFP_39c0ER-aZENGy8-38" style="html=1;verticalAlign=bottom;endArrow=open;dashed=1;endSize=8;edgeStyle=elbowEdgeStyle;elbow=vertical;curved=0;rounded=0;" target="_QFFP_39c0ER-aZENGy8-34" value="return">
          <mxGeometry relative="1" x="0.3286" as="geometry">
            <mxPoint as="offset" />
            <Array as="points">
              <mxPoint x="1070" y="285" />
            </Array>
            <mxPoint x="1075" y="210" as="targetPoint" />
          </mxGeometry>
        </mxCell>
+         <mxCell id="7Z1T8ZwHcXeBXznP6D7j-37" parent="1" style="text;html=1;whiteSpace=wrap;strokeColor=none;fillColor=none;align=center;verticalAlign=middle;rounded=0;" value="Register User" vertex="1">
+           <mxGeometry height="30" width="100" x="120" y="1180" as="geometry" />
+         </mxCell>
        <mxCell id="_QFFP_39c0ER-aZENGy8-42" edge="1" parent="1" source="_QFFP_39c0ER-aZENGy8-48" style="html=1;verticalAlign=bottom;endArrow=open;dashed=1;endSize=8;edgeStyle=elbowEdgeStyle;elbow=vertical;curved=0;rounded=0;" target="_QFFP_39c0ER-aZENGy8-36" value="user_id">
          <mxGeometry relative="1" x="0.325" as="geometry">
            <mxPoint as="offset" />
            <Array as="points">
              <mxPoint x="1330" y="165" />
            </Array>
            <mxPoint x="1430" y="165" as="sourcePoint" />
            <mxPoint x="1020" y="165" as="targetPoint" />
          </mxGeometry>
        </mxCell>
+         <mxCell id="7Z1T8ZwHcXeBXznP6D7j-38" parent="1" style="text;html=1;whiteSpace=wrap;strokeColor=none;fillColor=none;align=center;verticalAlign=middle;rounded=0;" value="Validate" vertex="1">
+           <mxGeometry height="30" width="60" x="345" y="1180" as="geometry" />
+         </mxCell>
        <mxCell id="_QFFP_39c0ER-aZENGy8-43" parent="1" style="shape=umlLifeline;perimeter=lifelinePerimeter;whiteSpace=wrap;html=1;container=0;dropTarget=0;collapsible=0;recursiveResize=0;outlineConnect=0;portConstraint=eastwest;newEdgeStyle={&quot;edgeStyle&quot;:&quot;elbowEdgeStyle&quot;,&quot;elbow&quot;:&quot;vertical&quot;,&quot;curved&quot;:0,&quot;rounded&quot;:0};" value="API" vertex="1">
          <mxGeometry height="300" width="100" x="1130" y="45" as="geometry" />
        </mxCell>
        <mxCell id="_QFFP_39c0ER-aZENGy8-44" parent="_QFFP_39c0ER-aZENGy8-43" style="html=1;points=[];perimeter=orthogonalPerimeter;outlineConnect=0;targetShapes=umlLifeline;portConstraint=eastwest;newEdgeStyle={&quot;edgeStyle&quot;:&quot;elbowEdgeStyle&quot;,&quot;elbow&quot;:&quot;vertical&quot;,&quot;curved&quot;:0,&quot;rounded&quot;:0};" value="" vertex="1">
          <mxGeometry height="240" width="10" x="45" y="70" as="geometry" />
        </mxCell>
        <mxCell id="_QFFP_39c0ER-aZENGy8-45" parent="_QFFP_39c0ER-aZENGy8-43" style="html=1;points=[];perimeter=orthogonalPerimeter;outlineConnect=0;targetShapes=umlLifeline;portConstraint=eastwest;newEdgeStyle={&quot;edgeStyle&quot;:&quot;elbowEdgeStyle&quot;,&quot;elbow&quot;:&quot;vertical&quot;,&quot;curved&quot;:0,&quot;rounded&quot;:0};" value="" vertex="1">
          <mxGeometry height="80" width="10" x="50" y="120" as="geometry" />
        </mxCell>
+         <mxCell id="7Z1T8ZwHcXeBXznP6D7j-39" parent="1" style="text;html=1;whiteSpace=wrap;strokeColor=none;fillColor=none;align=center;verticalAlign=middle;rounded=0;" value="Process Request" vertex="1">
+           <mxGeometry height="30" width="60" x="350" y="1140" as="geometry" />
+         </mxCell>
        <mxCell id="_QFFP_39c0ER-aZENGy8-46" parent="1" style="shape=umlLifeline;perimeter=lifelinePerimeter;whiteSpace=wrap;html=1;container=0;dropTarget=0;collapsible=0;recursiveResize=0;outlineConnect=0;portConstraint=eastwest;newEdgeStyle={&quot;edgeStyle&quot;:&quot;elbowEdgeStyle&quot;,&quot;elbow&quot;:&quot;vertical&quot;,&quot;curved&quot;:0,&quot;rounded&quot;:0};" value="&lt;div&gt;Backend&lt;/div&gt;" vertex="1">
          <mxGeometry height="300" width="100" x="1320" y="45" as="geometry" />
        </mxCell>
        <mxCell id="_QFFP_39c0ER-aZENGy8-47" parent="_QFFP_39c0ER-aZENGy8-46" style="html=1;points=[];perimeter=orthogonalPerimeter;outlineConnect=0;targetShapes=umlLifeline;portConstraint=eastwest;newEdgeStyle={&quot;edgeStyle&quot;:&quot;elbowEdgeStyle&quot;,&quot;elbow&quot;:&quot;vertical&quot;,&quot;curved&quot;:0,&quot;rounded&quot;:0};" value="" vertex="1">
          <mxGeometry height="190" width="10" x="45" y="70" as="geometry" />
        </mxCell>
        <mxCell id="_QFFP_39c0ER-aZENGy8-48" parent="_QFFP_39c0ER-aZENGy8-46" style="html=1;points=[];perimeter=orthogonalPerimeter;outlineConnect=0;targetShapes=umlLifeline;portConstraint=eastwest;newEdgeStyle={&quot;edgeStyle&quot;:&quot;elbowEdgeStyle&quot;,&quot;elbow&quot;:&quot;vertical&quot;,&quot;curved&quot;:0,&quot;rounded&quot;:0};" value="" vertex="1">
          <mxGeometry height="80" width="10" x="50" y="120" as="geometry" />
        </mxCell>
+         <mxCell id="7Z1T8ZwHcXeBXznP6D7j-40" parent="1" style="text;html=1;whiteSpace=wrap;strokeColor=none;fillColor=none;align=center;verticalAlign=middle;rounded=0;" value="Save Data" vertex="1">
+           <mxGeometry height="30" width="60" x="590" y="1180" as="geometry" />
+         </mxCell>
        <mxCell id="_QFFP_39c0ER-aZENGy8-49" edge="1" parent="1" style="html=1;verticalAlign=bottom;startArrow=oval;endArrow=block;startSize=8;edgeStyle=elbowEdgeStyle;elbow=vertical;curved=0;rounded=0;" target="_QFFP_39c0ER-aZENGy8-43" value="Login">
          <mxGeometry relative="1" as="geometry">
            <mxPoint x="965" y="135" as="sourcePoint" />
            <mxPoint x="1030" y="135" as="targetPoint" />
          </mxGeometry>
        </mxCell>
+         <mxCell id="7Z1T8ZwHcXeBXznP6D7j-41" parent="1" style="text;html=1;whiteSpace=wrap;strokeColor=none;fillColor=none;align=center;verticalAlign=middle;rounded=0;" value="Confirm save" vertex="1">
+           <mxGeometry height="30" width="80" x="580" y="1220" as="geometry" />
+         </mxCell>
        <mxCell id="_QFFP_39c0ER-aZENGy8-50" parent="1" style="text;html=1;whiteSpace=wrap;strokeColor=none;fillColor=none;align=center;verticalAlign=middle;rounded=0;" value="Register User" vertex="1">
          <mxGeometry height="30" width="100" x="1020" y="95" as="geometry" />
        </mxCell>
+         <mxCell id="7Z1T8ZwHcXeBXznP6D7j-42" parent="1" style="text;html=1;whiteSpace=wrap;strokeColor=none;fillColor=none;align=center;verticalAlign=middle;rounded=0;" value="Return Response" vertex="1">
+           <mxGeometry height="30" width="60" x="365" y="1320" as="geometry" />
+         </mxCell>
        <mxCell id="_QFFP_39c0ER-aZENGy8-51" parent="1" style="text;html=1;whiteSpace=wrap;strokeColor=none;fillColor=none;align=center;verticalAlign=middle;rounded=0;" value="Validate" vertex="1">
          <mxGeometry height="30" width="60" x="1190" y="85" as="geometry" />
+         </mxCell>
+         <mxCell id="7Z1T8ZwHcXeBXznP6D7j-43" parent="1" style="text;html=1;whiteSpace=wrap;strokeColor=none;fillColor=none;align=center;verticalAlign=middle;rounded=0;" value="Return Succes/Failure" vertex="1">
+           <mxGeometry height="30" width="140" x="100" y="1290" as="geometry" />
        </mxCell>
        <mxCell id="_QFFP_39c0ER-aZENGy8-52" parent="1" style="text;html=1;whiteSpace=wrap;strokeColor=none;fillColor=none;align=center;verticalAlign=middle;rounded=0;" value="Process Request" vertex="1">
          <mxGeometry height="30" width="60" x="1305" y="85" as="geometry" />
        </mxCell>
        <mxCell id="_QFFP_39c0ER-aZENGy8-53" parent="1" style="text;html=1;whiteSpace=wrap;strokeColor=none;fillColor=none;align=center;verticalAlign=middle;rounded=0;" value="Save Data" vertex="1">
          <mxGeometry height="30" width="60" x="1490" y="95" as="geometry" />
        </mxCell>
        <mxCell id="_QFFP_39c0ER-aZENGy8-54" parent="1" style="text;html=1;whiteSpace=wrap;strokeColor=none;fillColor=none;align=center;verticalAlign=middle;rounded=0;" value="Confirm save" vertex="1">
          <mxGeometry height="30" width="80" x="1480" y="165" as="geometry" />
        </mxCell>
        <mxCell id="_QFFP_39c0ER-aZENGy8-55" parent="1" style="text;html=1;whiteSpace=wrap;strokeColor=none;fillColor=none;align=center;verticalAlign=middle;rounded=0;" value="Return Response" vertex="1">
          <mxGeometry height="30" width="60" x="1245" y="195" as="geometry" />
        </mxCell>
        <mxCell id="_QFFP_39c0ER-aZENGy8-56" parent="1" style="text;html=1;whiteSpace=wrap;strokeColor=none;fillColor=none;align=center;verticalAlign=middle;rounded=0;" value="Return Succes/Failure" vertex="1">
          <mxGeometry height="30" width="140" x="1000" y="205" as="geometry" />
        </mxCell>
        <mxCell id="_QFFP_39c0ER-aZENGy8-57" edge="1" parent="1" source="_QFFP_39c0ER-aZENGy8-47" style="endArrow=classic;html=1;rounded=0;" target="_QFFP_39c0ER-aZENGy8-37" value="">
          <mxGeometry height="50" relative="1" width="50" as="geometry">
            <Array as="points">
              <mxPoint x="1530" y="135" />
            </Array>
            <mxPoint x="1370" y="175" as="sourcePoint" />
            <mxPoint x="1420" y="125" as="targetPoint" />
          </mxGeometry>
        </mxCell>
        <mxCell id="_QFFP_39c0ER-aZENGy8-58" edge="1" parent="1" source="_QFFP_39c0ER-aZENGy8-37" style="endArrow=classic;html=1;rounded=0;dashed=1;" target="_QFFP_39c0ER-aZENGy8-48" value="">
          <mxGeometry height="50" relative="1" width="50" as="geometry">
            <Array as="points">
              <mxPoint x="1520" y="195" />
            </Array>
            <mxPoint x="1660" y="235" as="sourcePoint" />
            <mxPoint x="1710" y="185" as="targetPoint" />
          </mxGeometry>
        </mxCell>
        <mxCell id="_QFFP_39c0ER-aZENGy8-59" edge="1" parent="1" source="_QFFP_39c0ER-aZENGy8-46" style="endArrow=classic;html=1;rounded=0;dashed=1;" target="_QFFP_39c0ER-aZENGy8-45" value="">
          <mxGeometry height="50" relative="1" width="50" as="geometry">
            <Array as="points">
              <mxPoint x="1280" y="225" />
            </Array>
            <mxPoint x="1360" y="275" as="sourcePoint" />
            <mxPoint x="1410" y="225" as="targetPoint" />
          </mxGeometry>
        </mxCell>
        <mxCell id="_QFFP_39c0ER-aZENGy8-60" edge="1" parent="1" source="_QFFP_39c0ER-aZENGy8-43" style="endArrow=classic;html=1;rounded=0;dashed=1;" target="_QFFP_39c0ER-aZENGy8-36" value="">
          <mxGeometry height="50" relative="1" width="50" as="geometry">
            <Array as="points">
              <mxPoint x="1080" y="235" />
            </Array>
            <mxPoint x="1340" y="345" as="sourcePoint" />
            <mxPoint x="1390" y="295" as="targetPoint" />
          </mxGeometry>
        </mxCell>
      </root>
    </mxGraphModel>
  </diagram>
</mxfile>
